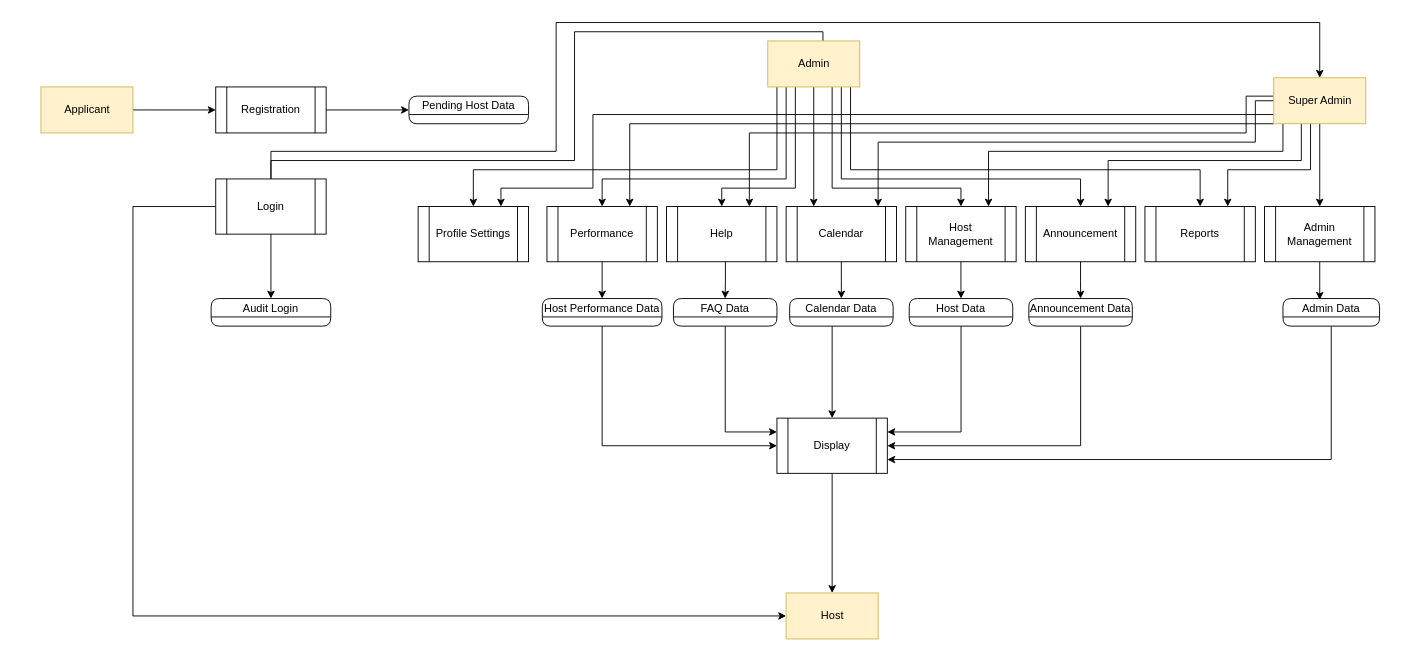
The draw.io diagram RevisedDiagram.drawio in kathmrcdo/tiktoknation, before the edit. Source tidied: cells renumbered, new cells numbered last; positions are measured from the earlier drawing's top-left corner, leaving out a move shared by most shapes. Both pictures are drawn from the tidied source at 92%, with x=0, y=0 at pixel (40, 22).
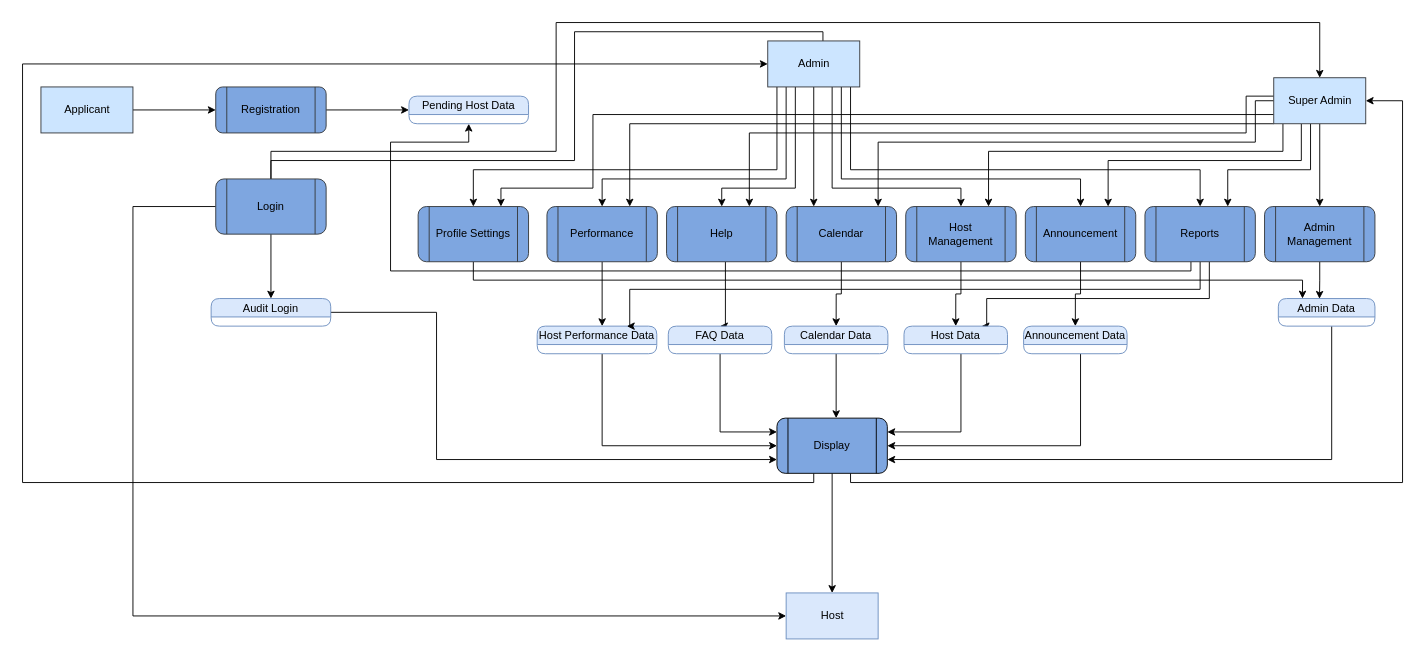
The same diagram, later.

What changed in the source:
```diff
@@
+    <mxCell id="59" style="edgeStyle=orthogonalEdgeStyle;rounded=0;jettySize=auto;html=1;entryX=1;entryY=0.5;entryDx=0;entryDy=0;" parent="1" edge="1" source="3" target="31">
+      <mxGeometry relative="1" as="geometry">
+        <Array as="points">
+          <mxPoint x="880" y="500" />
+          <mxPoint x="1480" y="500" />
+          <mxPoint x="1480" y="85" />
+        </Array>
+      </mxGeometry>
+    </mxCell>
+    <mxCell id="60" style="edgeStyle=orthogonalEdgeStyle;rounded=0;jettySize=auto;html=1;entryX=0;entryY=0.5;entryDx=0;entryDy=0;" parent="1" edge="1" source="3" target="22">
+      <mxGeometry relative="1" as="geometry">
+        <Array as="points">
+          <mxPoint x="840" y="500" />
+          <mxPoint x="-20" y="500" />
+          <mxPoint x="-20" y="45" />
+        </Array>
+      </mxGeometry>
+    </mxCell>
-    <mxCell id="3" value="Display" style="shape=process;whiteSpace=wrap;html=1;backgroundOutline=1;" parent="1" vertex="1">
+    <mxCell id="3" value="Display" style="shape=process;whiteSpace=wrap;html=1;backgroundOutline=1;rounded=1;fillColor=#7EA6E0;" parent="1" vertex="1">
       <mxGeometry x="800" y="430" width="120" height="60" as="geometry" />
     </mxCell>
@@
-    <mxCell id="5" value="Registration" style="shape=process;whiteSpace=wrap;html=1;backgroundOutline=1;" parent="1" vertex="1">
+    <mxCell id="5" value="Registration" style="shape=process;whiteSpace=wrap;html=1;backgroundOutline=1;rounded=1;fillColor=#7EA6E0;strokeColor=#36393d;" parent="1" vertex="1">
       <mxGeometry x="190" y="70" width="120" height="50" as="geometry" />
     </mxCell>
@@
-    <mxCell id="10" value="Login " style="shape=process;whiteSpace=wrap;html=1;backgroundOutline=1;" parent="1" vertex="1">
+    <mxCell id="10" value="Login " style="shape=process;whiteSpace=wrap;html=1;backgroundOutline=1;rounded=1;fillColor=#7EA6E0;strokeColor=#36393d;" parent="1" vertex="1">
       <mxGeometry x="190" y="170" width="120" height="60" as="geometry" />
     </mxCell>
@@
-    <mxCell id="12" value="Host Performance Data" style="swimlane;fontStyle=0;horizontal=1;startSize=20;fillColor=#ffffff;swimlaneFillColor=#ffffff;rounded=1;" parent="1" vertex="1">
-      <mxGeometry x="545" y="300" width="130" height="30" as="geometry" />
+    <mxCell id="12" value="Host Performance Data" style="swimlane;fontStyle=0;horizontal=1;startSize=20;fillColor=#dae8fc;swimlaneFillColor=#ffffff;rounded=1;strokeColor=#6c8ebf;" parent="1" vertex="1">
+      <mxGeometry x="539.4" y="330" width="130" height="30" as="geometry" />
     </mxCell>
@@
-    <mxCell id="14" value="Applicant" style="html=1;dashed=0;whitespace=wrap;rounded=0;fillColor=#fff2cc;strokeColor=#d6b656;" parent="1" vertex="1">
+    <mxCell id="14" value="Applicant" style="html=1;dashed=0;whitespace=wrap;rounded=0;fillColor=#cce5ff;strokeColor=#36393d;" parent="1" vertex="1">
       <mxGeometry y="70" width="100" height="50" as="geometry" />
     </mxCell>
@@
-    <mxCell id="22" value="Admin" style="html=1;dashed=0;whitespace=wrap;rounded=0;fillColor=#fff2cc;strokeColor=#d6b656;" parent="1" vertex="1">
+    <mxCell id="22" value="Admin" style="html=1;dashed=0;whitespace=wrap;rounded=0;fillColor=#cce5ff;strokeColor=#36393d;" parent="1" vertex="1">
       <mxGeometry x="790" y="20" width="100" height="50" as="geometry" />
     </mxCell>
@@
-    <mxCell id="31" value="Super Admin" style="html=1;dashed=0;whitespace=wrap;rounded=0;fillColor=#fff2cc;strokeColor=#d6b656;" parent="1" vertex="1">
+    <mxCell id="31" value="Super Admin" style="html=1;dashed=0;whitespace=wrap;rounded=0;fillColor=#cce5ff;strokeColor=#36393d;" parent="1" vertex="1">
       <mxGeometry x="1340" y="60" width="100" height="50" as="geometry" />
     </mxCell>
-    <mxCell id="32" value="Host" style="html=1;dashed=0;whitespace=wrap;rounded=0;fillColor=#fff2cc;strokeColor=#d6b656;" parent="1" vertex="1">
+    <mxCell id="32" value="Host" style="html=1;dashed=0;whitespace=wrap;rounded=0;fillColor=#dae8fc;strokeColor=#6c8ebf;" parent="1" vertex="1">
       <mxGeometry x="810" y="620" width="100" height="50" as="geometry" />
     </mxCell>
+    <mxCell id="61" style="edgeStyle=orthogonalEdgeStyle;rounded=0;jettySize=auto;html=1;entryX=0;entryY=0.75;entryDx=0;entryDy=0;" parent="1" edge="1" source="33" target="3">
+      <mxGeometry relative="1" as="geometry">
+        <Array as="points">
+          <mxPoint x="430" y="315" />
+          <mxPoint x="430" y="475" />
+        </Array>
+      </mxGeometry>
+    </mxCell>
-    <mxCell id="33" value="Audit Login" style="swimlane;fontStyle=0;horizontal=1;startSize=20;fillColor=#ffffff;swimlaneFillColor=#ffffff;rounded=1;" parent="1" vertex="1">
+    <mxCell id="33" value="Audit Login" style="swimlane;fontStyle=0;horizontal=1;startSize=20;fillColor=#dae8fc;swimlaneFillColor=#ffffff;rounded=1;strokeColor=#6c8ebf;" parent="1" vertex="1">
       <mxGeometry x="185" y="300" width="130" height="30" as="geometry" />
     </mxCell>
+    <mxCell id="62" style="edgeStyle=orthogonalEdgeStyle;rounded=0;jettySize=auto;html=1;entryX=0.25;entryY=0;entryDx=0;entryDy=0;" parent="1" edge="1" source="34" target="50">
+      <mxGeometry relative="1" as="geometry">
+        <Array as="points">
+          <mxPoint x="470" y="280" />
+          <mxPoint x="1371" y="280" />
+        </Array>
+      </mxGeometry>
+    </mxCell>
-    <mxCell id="34" value="Profile Settings" style="shape=process;whiteSpace=wrap;html=1;backgroundOutline=1;" parent="1" vertex="1">
+    <mxCell id="34" value="Profile Settings" style="shape=process;whiteSpace=wrap;html=1;backgroundOutline=1;rounded=1;fillColor=#7EA6E0;strokeColor=#36393d;" parent="1" vertex="1">
       <mxGeometry x="410" y="200" width="120" height="60" as="geometry" />
     </mxCell>
-    <mxCell id="35" style="edgeStyle=orthogonalEdgeStyle;rounded=0;jettySize=auto;html=1;entryX=0.5;entryY=0;entryDx=0;entryDy=0;" parent="1" edge="1" source="36" target="12">
-      <mxGeometry relative="1" as="geometry" />
+    <mxCell id="35" style="edgeStyle=orthogonalEdgeStyle;rounded=0;jettySize=auto;html=1;" parent="1" edge="1" source="36">
+      <mxGeometry relative="1" as="geometry">
+        <mxPoint x="610" y="330" as="targetPoint" />
+        <Array as="points">
+          <mxPoint x="610" y="330" />
+        </Array>
+      </mxGeometry>
     </mxCell>
-    <mxCell id="36" value="Performance" style="shape=process;whiteSpace=wrap;html=1;backgroundOutline=1;" parent="1" vertex="1">
+    <mxCell id="36" value="Performance" style="shape=process;whiteSpace=wrap;html=1;backgroundOutline=1;rounded=1;fillColor=#7EA6E0;strokeColor=#36393d;" parent="1" vertex="1">
       <mxGeometry x="550" y="200" width="120" height="60" as="geometry" />
     </mxCell>
@@
-    <mxCell id="38" value="Help" style="shape=process;whiteSpace=wrap;html=1;backgroundOutline=1;" parent="1" vertex="1">
+    <mxCell id="38" value="Help" style="shape=process;whiteSpace=wrap;html=1;backgroundOutline=1;rounded=1;fillColor=#7EA6E0;strokeColor=#36393d;" parent="1" vertex="1">
       <mxGeometry x="680" y="200" width="120" height="60" as="geometry" />
     </mxCell>
@@
-    <mxCell id="40" value="Calendar" style="shape=process;whiteSpace=wrap;html=1;backgroundOutline=1;" parent="1" vertex="1">
+    <mxCell id="40" value="Calendar" style="shape=process;whiteSpace=wrap;html=1;backgroundOutline=1;rounded=1;fillColor=#7EA6E0;strokeColor=#36393d;" parent="1" vertex="1">
       <mxGeometry x="810" y="200" width="120" height="60" as="geometry" />
     </mxCell>
@@
-    <mxCell id="42" value="Host Management" style="shape=process;whiteSpace=wrap;html=1;backgroundOutline=1;" parent="1" vertex="1">
+    <mxCell id="42" value="Host Management" style="shape=process;whiteSpace=wrap;html=1;backgroundOutline=1;rounded=1;fillColor=#7EA6E0;strokeColor=#36393d;" parent="1" vertex="1">
       <mxGeometry x="940" y="200" width="120" height="60" as="geometry" />
     </mxCell>
@@
-    <mxCell id="44" value="Announcement" style="shape=process;whiteSpace=wrap;html=1;backgroundOutline=1;" parent="1" vertex="1">
+    <mxCell id="44" value="Announcement" style="shape=process;whiteSpace=wrap;html=1;backgroundOutline=1;rounded=1;fillColor=#7EA6E0;strokeColor=#36393d;" parent="1" vertex="1">
       <mxGeometry x="1070" y="200" width="120" height="60" as="geometry" />
     </mxCell>
+    <mxCell id="63" style="edgeStyle=orthogonalEdgeStyle;rounded=0;jettySize=auto;html=1;entryX=0.75;entryY=0;entryDx=0;entryDy=0;" parent="1" edge="1" source="45" target="12">
+      <mxGeometry relative="1" as="geometry">
+        <Array as="points">
+          <mxPoint x="1260" y="290" />
+          <mxPoint x="640" y="290" />
+          <mxPoint x="640" y="330" />
+        </Array>
+      </mxGeometry>
+    </mxCell>
+    <mxCell id="64" style="edgeStyle=orthogonalEdgeStyle;rounded=0;jettySize=auto;html=1;entryX=0.75;entryY=0;entryDx=0;entryDy=0;" parent="1" edge="1" source="45" target="54">
+      <mxGeometry relative="1" as="geometry">
+        <Array as="points">
+          <mxPoint x="1270" y="300" />
+          <mxPoint x="1028" y="300" />
+          <mxPoint x="1028" y="330" />
+        </Array>
+      </mxGeometry>
+    </mxCell>
+    <mxCell id="65" style="edgeStyle=orthogonalEdgeStyle;rounded=0;jettySize=auto;html=1;entryX=0.5;entryY=1;entryDx=0;entryDy=0;" parent="1" edge="1" source="45" target="48">
+      <mxGeometry relative="1" as="geometry">
+        <Array as="points">
+          <mxPoint x="1250" y="270" />
+          <mxPoint x="380" y="270" />
+          <mxPoint x="380" y="130" />
+          <mxPoint x="465" y="130" />
+        </Array>
+      </mxGeometry>
+    </mxCell>
-    <mxCell id="45" value="Reports" style="shape=process;whiteSpace=wrap;html=1;backgroundOutline=1;" parent="1" vertex="1">
+    <mxCell id="45" value="Reports" style="shape=process;whiteSpace=wrap;html=1;backgroundOutline=1;rounded=1;fillColor=#7EA6E0;strokeColor=#36393d;" parent="1" vertex="1">
       <mxGeometry x="1200" y="200" width="120" height="60" as="geometry" />
     </mxCell>
-    <mxCell id="46" style="edgeStyle=orthogonalEdgeStyle;rounded=0;jettySize=auto;html=1;entryX=0.381;entryY=0.047;entryDx=0;entryDy=0;entryPerimeter=0;" parent="1" edge="1" source="47" target="50">
+    <mxCell id="46" style="edgeStyle=orthogonalEdgeStyle;rounded=0;jettySize=auto;html=1;entryX=0.426;entryY=0.009;entryDx=0;entryDy=0;entryPerimeter=0;" parent="1" edge="1" source="47" target="50">
       <mxGeometry relative="1" as="geometry" />
     </mxCell>
-    <mxCell id="47" value="Admin Management" style="shape=process;whiteSpace=wrap;html=1;backgroundOutline=1;" parent="1" vertex="1">
+    <mxCell id="47" value="Admin Management" style="shape=process;whiteSpace=wrap;html=1;backgroundOutline=1;rounded=1;fillColor=#7EA6E0;strokeColor=#36393d;" parent="1" vertex="1">
       <mxGeometry x="1330" y="200" width="120" height="60" as="geometry" />
     </mxCell>
-    <mxCell id="48" value="Pending Host Data" style="swimlane;fontStyle=0;horizontal=1;startSize=20;fillColor=#ffffff;swimlaneFillColor=#ffffff;rounded=1;" parent="1" vertex="1">
+    <mxCell id="48" value="Pending Host Data" style="swimlane;fontStyle=0;horizontal=1;startSize=20;fillColor=#dae8fc;swimlaneFillColor=#ffffff;rounded=1;strokeColor=#6c8ebf;" parent="1" vertex="1">
       <mxGeometry x="400" y="80" width="130" height="30" as="geometry" />
     </mxCell>
@@
-    <mxCell id="50" value="Admin Data" style="swimlane;fontStyle=0;horizontal=1;startSize=20;fillColor=#ffffff;swimlaneFillColor=#ffffff;rounded=1;" parent="1" vertex="1">
-      <mxGeometry x="1350" y="300" width="105" height="30" as="geometry" />
+    <mxCell id="50" value="Admin Data" style="swimlane;fontStyle=0;horizontal=1;startSize=20;fillColor=#dae8fc;swimlaneFillColor=#ffffff;rounded=1;strokeColor=#6c8ebf;" parent="1" vertex="1">
+      <mxGeometry x="1345" y="300" width="105" height="30" as="geometry" />
     </mxCell>
@@
-    <mxCell id="52" value="Announcement Data" style="swimlane;fontStyle=0;horizontal=1;startSize=20;fillColor=#ffffff;swimlaneFillColor=#ffffff;rounded=1;" parent="1" vertex="1">
-      <mxGeometry x="1073.8" y="300" width="112.5" height="30" as="geometry" />
+    <mxCell id="52" value="Announcement Data" style="swimlane;fontStyle=0;horizontal=1;startSize=20;fillColor=#dae8fc;swimlaneFillColor=#ffffff;rounded=1;strokeColor=#6c8ebf;" parent="1" vertex="1">
+      <mxGeometry x="1068.1" y="330" width="112.5" height="30" as="geometry" />
     </mxCell>
@@
-    <mxCell id="54" value="Host Data" style="swimlane;fontStyle=0;horizontal=1;startSize=20;fillColor=#ffffff;swimlaneFillColor=#ffffff;rounded=1;" parent="1" vertex="1">
-      <mxGeometry x="943.8" y="300" width="112.5" height="30" as="geometry" />
+    <mxCell id="54" value="Host Data" style="swimlane;fontStyle=0;horizontal=1;startSize=20;fillColor=#dae8fc;swimlaneFillColor=#ffffff;rounded=1;strokeColor=#6c8ebf;" parent="1" vertex="1">
+      <mxGeometry x="938.1" y="330" width="112.5" height="30" as="geometry" />
     </mxCell>
     <mxCell id="55" style="edgeStyle=orthogonalEdgeStyle;rounded=0;jettySize=auto;html=1;entryX=0;entryY=0.25;entryDx=0;entryDy=0;" parent="1" edge="1" source="56" target="3">
-      <mxGeometry relative="1" as="geometry" />
+      <mxGeometry relative="1" as="geometry">
+        <Array as="points">
+          <mxPoint x="738" y="445" />
+        </Array>
+      </mxGeometry>
     </mxCell>
-    <mxCell id="56" value="FAQ Data" style="swimlane;fontStyle=0;horizontal=1;startSize=20;fillColor=#ffffff;swimlaneFillColor=#ffffff;rounded=1;" parent="1" vertex="1">
-      <mxGeometry x="687.5" y="300" width="112.5" height="30" as="geometry" />
+    <mxCell id="56" value="FAQ Data" style="swimlane;fontStyle=0;horizontal=1;startSize=20;fillColor=#dae8fc;swimlaneFillColor=#ffffff;rounded=1;strokeColor=#6c8ebf;" parent="1" vertex="1">
+      <mxGeometry x="681.9" y="330" width="112.5" height="30" as="geometry" />
     </mxCell>
@@
-    <mxCell id="58" value="Calendar Data" style="swimlane;fontStyle=0;horizontal=1;startSize=20;fillColor=#ffffff;swimlaneFillColor=#ffffff;rounded=1;" parent="1" vertex="1">
-      <mxGeometry x="813.8" y="300" width="112.5" height="30" as="geometry" />
+    <mxCell id="58" value="Calendar Data" style="swimlane;fontStyle=0;horizontal=1;startSize=20;fillColor=#dae8fc;swimlaneFillColor=#ffffff;rounded=1;strokeColor=#6c8ebf;" parent="1" vertex="1">
+      <mxGeometry x="808.1" y="330" width="112.5" height="30" as="geometry" />
     </mxCell>
```
